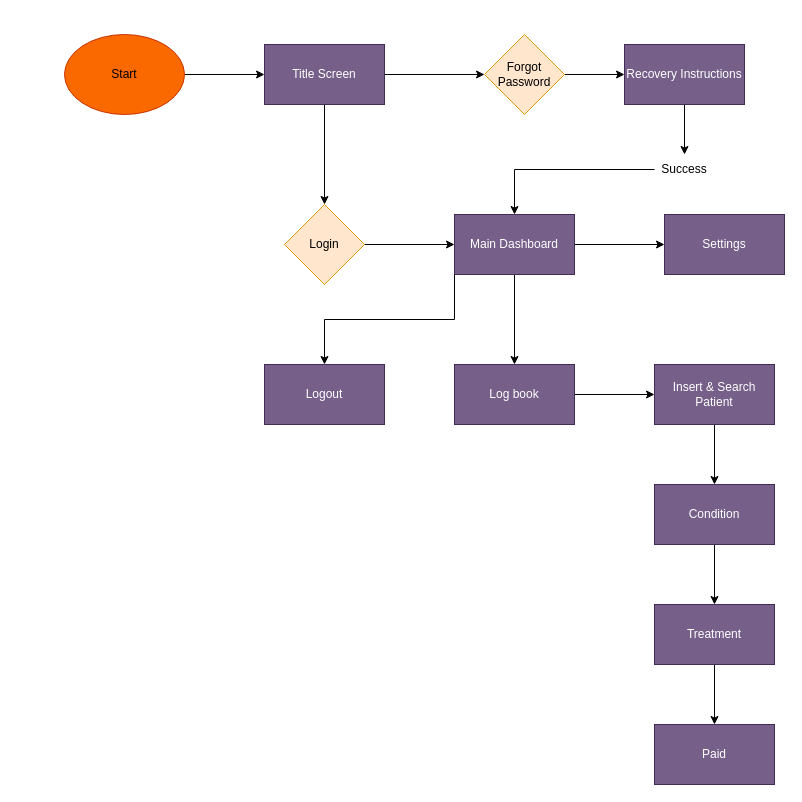
Earlier version of the draw.io diagram Untitled Diagram.drawio (XeLTzy/my-second-repo). Source tidied: cells renumbered, new cells numbered last; positions are measured from the earlier drawing's top-left corner, leaving out a move shared by most shapes. Both pictures are drawn from the tidied source at 100%, with x=0, y=0 at pixel (64, 34).
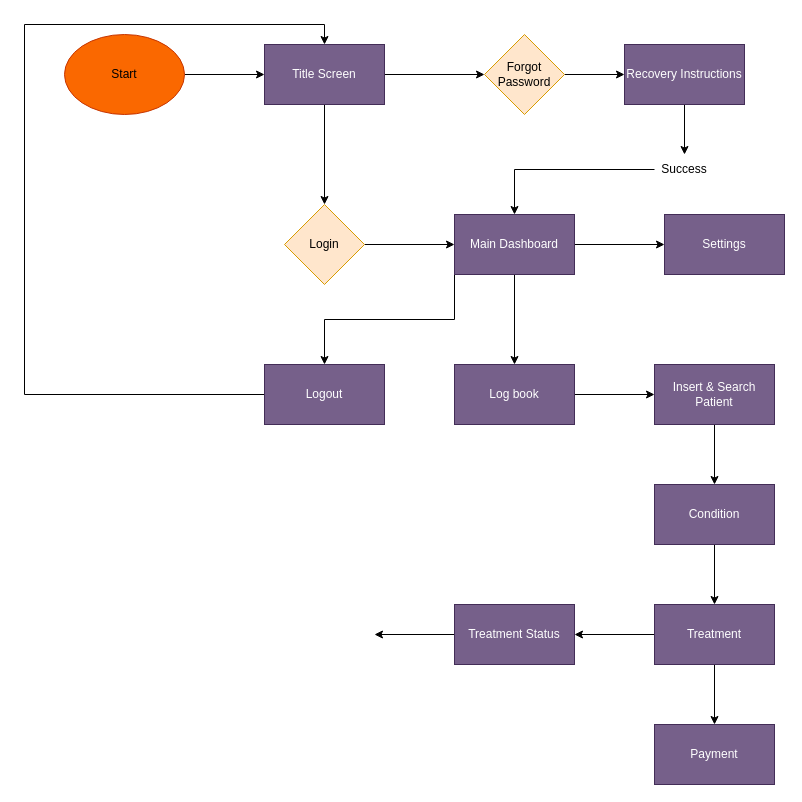
After the change.

Unchanged cells that the change refers to:
```xml
<mxCell id="6" value="Title Screen" style="whiteSpace=wrap;html=1;fillColor=#76608a;strokeColor=#432D57;fontColor=#ffffff;" parent="1" vertex="1">
  <mxGeometry x="200" y="10" width="120" height="60" as="geometry" />
</mxCell>
<mxCell id="26" value="Treatment" style="whiteSpace=wrap;html=1;fillColor=#76608a;strokeColor=#432D57;fontColor=#ffffff;" parent="1" vertex="1">
  <mxGeometry x="590" y="570" width="120" height="60" as="geometry" />
</mxCell>
<mxCell id="29" value="Logout" style="whiteSpace=wrap;html=1;fillColor=#76608a;strokeColor=#432D57;fontColor=#ffffff;" parent="1" vertex="1">
  <mxGeometry x="200" y="330" width="120" height="60" as="geometry" />
</mxCell>
```

Change to the diagram source:
```diff
@@
+    <mxCell id="30" style="edgeStyle=orthogonalEdgeStyle;rounded=0;jettySize=auto;html=1;" parent="1" edge="1" source="26" target="33">
+      <mxGeometry relative="1" as="geometry" />
+    </mxCell>
@@
-    <mxCell id="28" value="Paid" style="whiteSpace=wrap;html=1;fillColor=#76608a;strokeColor=#432D57;fontColor=#ffffff;" parent="1" vertex="1">
+    <mxCell id="28" value="Payment" style="whiteSpace=wrap;html=1;fillColor=#76608a;strokeColor=#432D57;fontColor=#ffffff;" parent="1" vertex="1">
       <mxGeometry x="590" y="690" width="120" height="60" as="geometry" />
     </mxCell>
+    <mxCell id="31" style="edgeStyle=orthogonalEdgeStyle;rounded=0;jettySize=auto;html=1;exitX=0;exitY=0.5;exitDx=0;exitDy=0;entryX=0.5;entryY=0;entryDx=0;entryDy=0;" parent="1" edge="1" source="29" target="6">
+      <mxGeometry relative="1" as="geometry">
+        <Array as="points">
+          <mxPoint x="-40" y="360" />
+          <mxPoint x="-40" y="-10" />
+          <mxPoint x="260" y="-10" />
+        </Array>
+      </mxGeometry>
+    </mxCell>
@@
+    <mxCell id="32" style="edgeStyle=orthogonalEdgeStyle;rounded=0;jettySize=auto;html=1;exitX=0;exitY=0.5;exitDx=0;exitDy=0;" parent="1" edge="1" source="33">
+      <mxGeometry relative="1" as="geometry">
+        <mxPoint x="310" y="600" as="targetPoint" />
+      </mxGeometry>
+    </mxCell>
+    <mxCell id="33" value="&lt;div&gt;Treatment Status&lt;br&gt;&lt;/div&gt;" style="whiteSpace=wrap;html=1;fillColor=#76608a;strokeColor=#432D57;fontColor=#ffffff;" parent="1" vertex="1">
+      <mxGeometry x="390" y="570" width="120" height="60" as="geometry" />
+    </mxCell>
```
